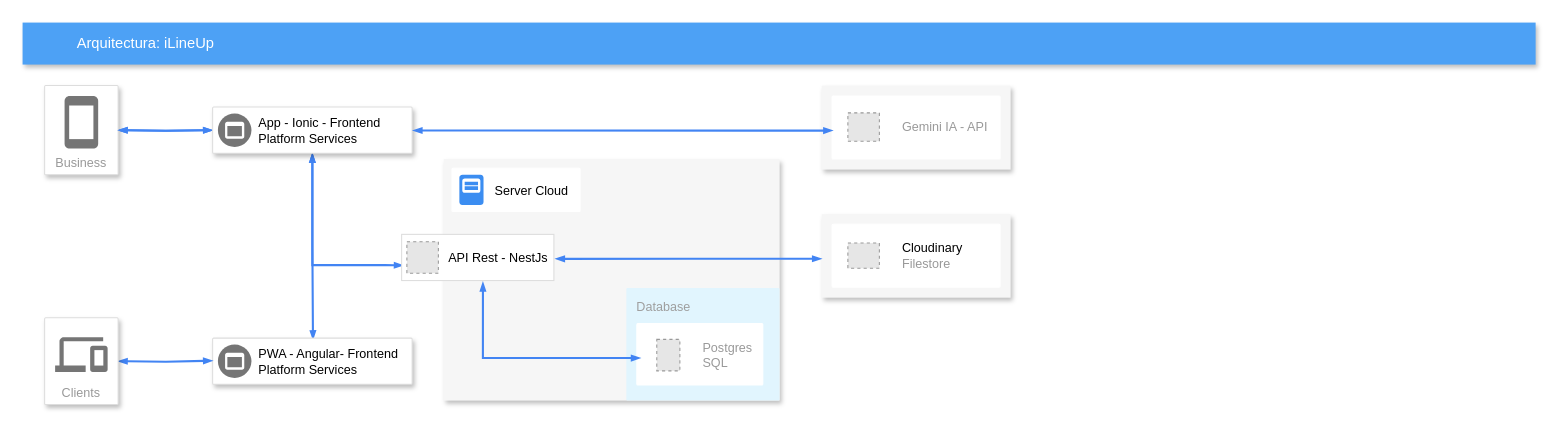
OmarJr11/document-search-engine keeps this draw.io diagram as Diagrama sin título.drawio. Above is the earlier version. Source tidied: cells renumbered, new cells numbered last; positions are measured from the earlier drawing's top-left corner, leaving out a move shared by most shapes. Both pictures are drawn from the tidied source at 105%, with x=0, y=0 at pixel (22, 22). Pictures stored in the file or linked from it are replaced by grey dashed boxes.
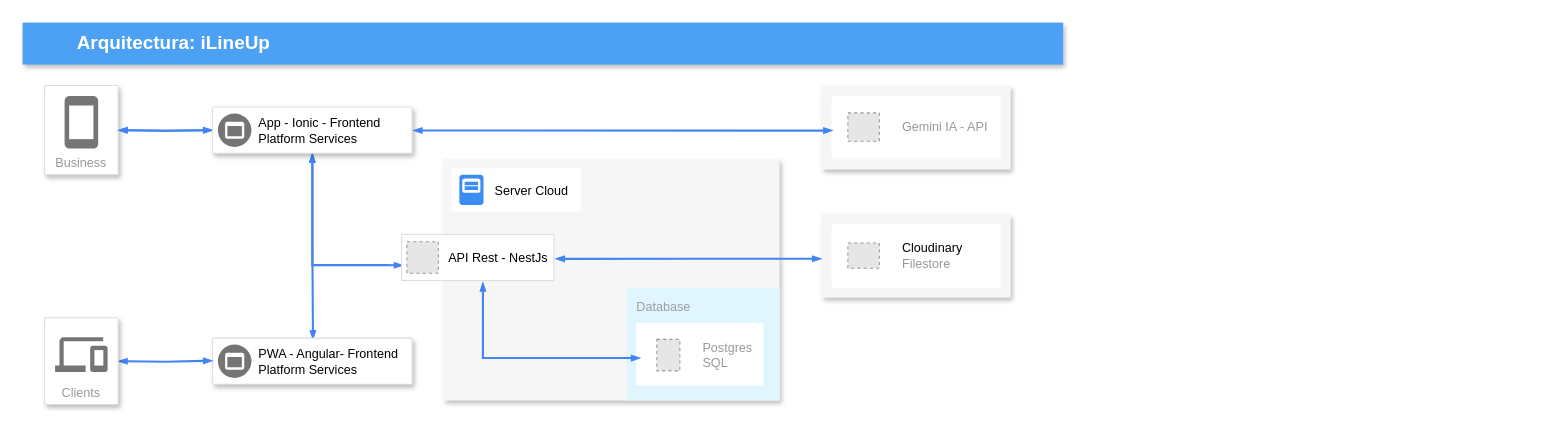
The same diagram, later.

Diff of the diagram source:
```diff
@@
-    <mxCell id="3" value="Arquitectura: iLineUp" style="fillColor=#4DA1F5;strokeColor=none;shadow=1;gradientColor=none;fontSize=14;align=left;spacingLeft=50;fontColor=#ffffff;html=1;" parent="1" vertex="1">
-      <mxGeometry width="1441" height="40" as="geometry" />
+    <mxCell id="3" value="&lt;b&gt;&lt;font style=&quot;font-size: 18px;&quot;&gt;Arquitectura: iLineUp&lt;/font&gt;&lt;/b&gt;" style="fillColor=#4DA1F5;strokeColor=none;shadow=1;gradientColor=none;fontSize=14;align=left;spacingLeft=50;fontColor=#ffffff;html=1;" parent="1" vertex="1">
+      <mxGeometry width="991" height="40" as="geometry" />
     </mxCell>
```
